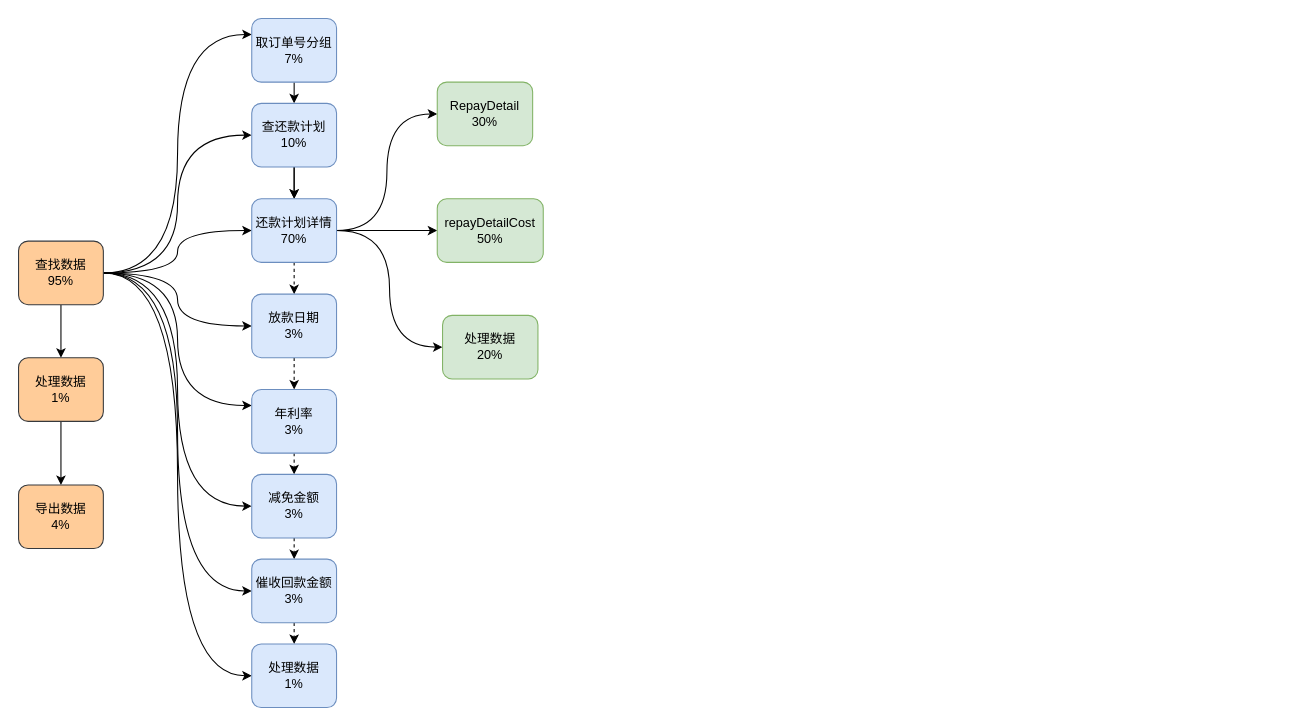
wenbochang888/draw keeps this draw.io diagram as 导出代码优化.drawio. Above is the earlier version. Source tidied: cells renumbered, new cells numbered last; positions are measured from the earlier drawing's top-left corner, leaving out a move shared by most shapes. Both pictures are drawn from the tidied source at 106%, with x=0, y=0 at pixel (18, 18).
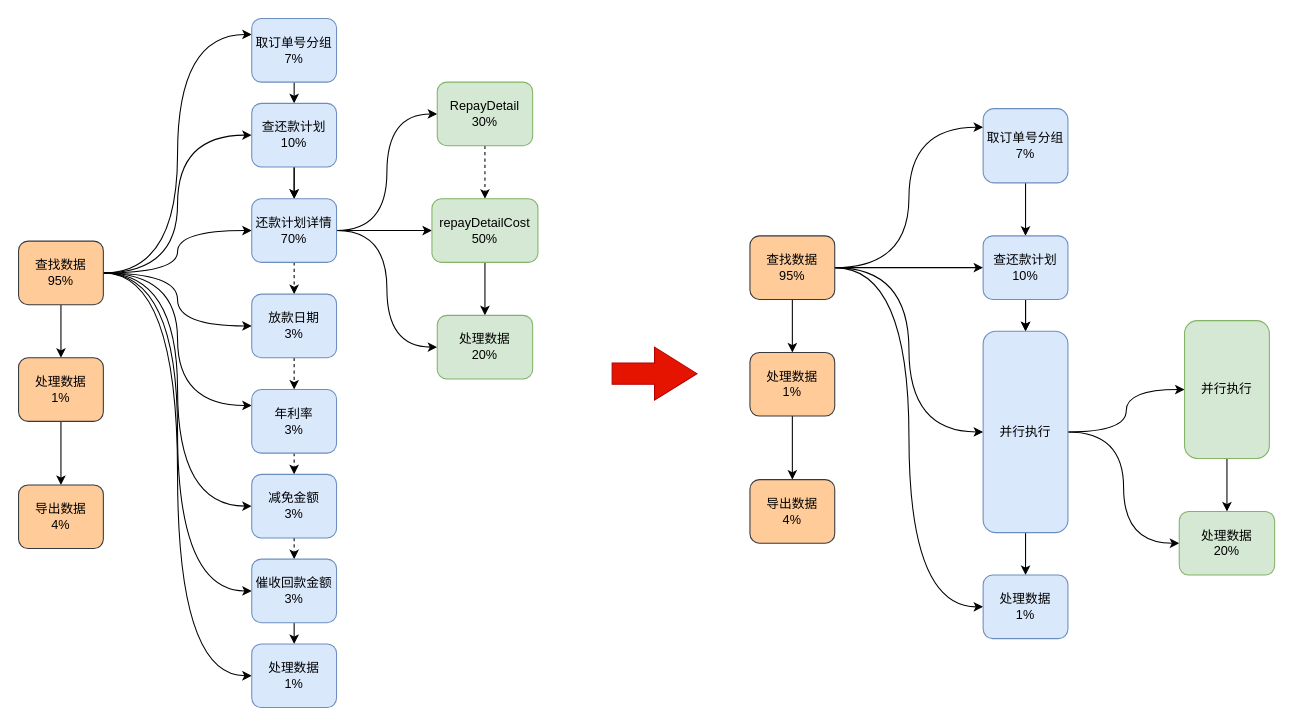
The same diagram, later.

Commit message (it also covers changes not shown here):
更新导出代码优化.drawio

The change refers to these unchanged cells:
```xml
<mxCell id="32" value="催收回款金额&lt;br&gt;3%" style="rounded=1;whiteSpace=wrap;html=1;shadow=0;glass=0;fillColor=#dae8fc;strokeColor=#6c8ebf;direction=east;flipH=0;flipV=1;" parent="1" vertex="1">
  <mxGeometry x="220" y="510" width="80" height="60" as="geometry" />
</mxCell>
<mxCell id="33" value="RepayDetail&lt;br&gt;30%" style="rounded=1;whiteSpace=wrap;html=1;shadow=0;glass=0;fillColor=#d5e8d4;strokeColor=#82b366;direction=east;flipH=0;flipV=1;" parent="1" vertex="1">
  <mxGeometry x="395" y="60" width="90" height="60" as="geometry" />
</mxCell>
<mxCell id="36" value="处理数据&lt;br&gt;1%" style="rounded=1;whiteSpace=wrap;html=1;shadow=0;glass=0;fillColor=#dae8fc;strokeColor=#6c8ebf;direction=east;flipH=0;flipV=1;" parent="1" vertex="1">
  <mxGeometry x="220" y="590" width="80" height="60" as="geometry" />
</mxCell>
```

The edit, as a diff of the source:
```diff
@@
-    <mxCell id="31" style="edgeStyle=orthogonalEdgeStyle;rounded=0;jettySize=auto;html=1;exitX=0.5;exitY=1;exitDx=0;exitDy=0;entryX=0.5;entryY=0;entryDx=0;entryDy=0;dashed=1;" parent="1" edge="1" source="32" target="36">
+    <mxCell id="31" style="edgeStyle=orthogonalEdgeStyle;rounded=0;jettySize=auto;html=1;exitX=0.5;exitY=1;exitDx=0;exitDy=0;entryX=0.5;entryY=0;entryDx=0;entryDy=0;" parent="1" edge="1" source="32" target="36">
       <mxGeometry relative="1" as="geometry" />
     </mxCell>
@@
+    <mxCell id="37" style="edgeStyle=orthogonalEdgeStyle;rounded=0;jettySize=auto;html=1;exitX=0.5;exitY=1;exitDx=0;exitDy=0;entryX=0.5;entryY=0;entryDx=0;entryDy=0;dashed=1;" parent="1" edge="1" source="33" target="34">
+      <mxGeometry relative="1" as="geometry" />
+    </mxCell>
@@
+    <mxCell id="38" style="edgeStyle=orthogonalEdgeStyle;rounded=0;jettySize=auto;html=1;exitX=0.5;exitY=1;exitDx=0;exitDy=0;entryX=0.5;entryY=0;entryDx=0;entryDy=0;" parent="1" edge="1" source="34" target="35">
+      <mxGeometry relative="1" as="geometry" />
+    </mxCell>
     <mxCell id="34" value="repayDetailCost&lt;br&gt;50%" style="rounded=1;whiteSpace=wrap;html=1;shadow=0;glass=0;fillColor=#d5e8d4;strokeColor=#82b366;direction=east;flipH=0;flipV=1;" parent="1" vertex="1">
-      <mxGeometry x="395" y="170" width="100" height="60" as="geometry" />
+      <mxGeometry x="390" y="170" width="100" height="60" as="geometry" />
     </mxCell>
     <mxCell id="35" value="&lt;font style=&quot;font-size: 12px;&quot;&gt;处理数据&lt;br&gt;20%&lt;br&gt;&lt;/font&gt;" style="rounded=1;whiteSpace=wrap;html=1;shadow=0;glass=0;fillColor=#d5e8d4;strokeColor=#82b366;direction=east;flipH=0;flipV=1;" parent="1" vertex="1">
-      <mxGeometry x="400" y="280" width="90" height="60" as="geometry" />
+      <mxGeometry x="395" y="280" width="90" height="60" as="geometry" />
     </mxCell>
@@
+    <mxCell id="39" style="html=1;shadow=0;dashed=0;align=center;verticalAlign=middle;shape=mxgraph.arrows2.arrow;dy=0.6;dx=40;notch=0;fillColor=#e51400;fontColor=#ffffff;strokeColor=#B20000;" parent="1" vertex="1">
+      <mxGeometry x="560" y="310" width="80" height="50" as="geometry" />
+    </mxCell>
+    <mxCell id="40" style="edgeStyle=orthogonalEdgeStyle;rounded=0;jettySize=auto;html=1;exitX=0.5;exitY=1;exitDx=0;exitDy=0;entryX=0.5;entryY=0;entryDx=0;entryDy=0;" parent="1" edge="1" source="45" target="47">
+      <mxGeometry relative="1" as="geometry" />
+    </mxCell>
+    <mxCell id="41" style="edgeStyle=orthogonalEdgeStyle;jettySize=auto;html=1;exitX=1;exitY=0.5;exitDx=0;exitDy=0;entryX=0;entryY=0.25;entryDx=0;entryDy=0;curved=1;" parent="1" edge="1" source="45" target="50">
+      <mxGeometry relative="1" as="geometry" />
+    </mxCell>
+    <mxCell id="42" style="edgeStyle=orthogonalEdgeStyle;jettySize=auto;html=1;exitX=1;exitY=0.5;exitDx=0;exitDy=0;entryX=0;entryY=0.5;entryDx=0;entryDy=0;curved=1;" parent="1" edge="1" source="45" target="53">
+      <mxGeometry relative="1" as="geometry" />
+    </mxCell>
+    <mxCell id="43" style="edgeStyle=orthogonalEdgeStyle;jettySize=auto;html=1;exitX=1;exitY=0.5;exitDx=0;exitDy=0;entryX=0;entryY=0.5;entryDx=0;entryDy=0;curved=1;" parent="1" edge="1" source="45" target="57">
+      <mxGeometry relative="1" as="geometry" />
+    </mxCell>
+    <mxCell id="44" style="edgeStyle=orthogonalEdgeStyle;jettySize=auto;html=1;exitX=1;exitY=0.5;exitDx=0;exitDy=0;entryX=0;entryY=0.5;entryDx=0;entryDy=0;curved=1;" parent="1" edge="1" source="45" target="61">
+      <mxGeometry relative="1" as="geometry" />
+    </mxCell>
+    <mxCell id="45" value="&lt;font style=&quot;font-size: 12px;&quot;&gt;查找数据&lt;br&gt;95%&lt;/font&gt;" style="rounded=1;whiteSpace=wrap;html=1;shadow=0;glass=0;fillColor=#ffcc99;strokeColor=#36393d;direction=east;flipH=0;flipV=1;" parent="1" vertex="1">
+      <mxGeometry x="690" y="205" width="80" height="60" as="geometry" />
+    </mxCell>
+    <mxCell id="46" style="edgeStyle=orthogonalEdgeStyle;rounded=0;jettySize=auto;html=1;exitX=0.5;exitY=1;exitDx=0;exitDy=0;" parent="1" edge="1" source="47" target="48">
+      <mxGeometry relative="1" as="geometry" />
+    </mxCell>
+    <mxCell id="47" value="&lt;font style=&quot;font-size: 12px;&quot;&gt;处理数据&lt;br&gt;1%&lt;/font&gt;" style="rounded=1;whiteSpace=wrap;html=1;shadow=0;glass=0;fillColor=#ffcc99;strokeColor=#36393d;direction=east;flipH=0;flipV=1;" parent="1" vertex="1">
+      <mxGeometry x="690" y="315" width="80" height="60" as="geometry" />
+    </mxCell>
+    <mxCell id="48" value="&lt;font style=&quot;font-size: 12px;&quot;&gt;导出数据&lt;br&gt;4%&lt;/font&gt;" style="rounded=1;whiteSpace=wrap;html=1;shadow=0;glass=0;fillColor=#ffcc99;strokeColor=#36393d;direction=east;flipH=0;flipV=1;" parent="1" vertex="1">
+      <mxGeometry x="690" y="435" width="80" height="60" as="geometry" />
+    </mxCell>
+    <mxCell id="49" style="edgeStyle=orthogonalEdgeStyle;rounded=0;jettySize=auto;html=1;exitX=0.5;exitY=1;exitDx=0;exitDy=0;entryX=0.5;entryY=0;entryDx=0;entryDy=0;" parent="1" edge="1" source="50" target="53">
+      <mxGeometry relative="1" as="geometry" />
+    </mxCell>
+    <mxCell id="50" value="取订单号分组&lt;br&gt;7%" style="rounded=1;whiteSpace=wrap;html=1;shadow=0;glass=0;fillColor=#dae8fc;strokeColor=#6c8ebf;direction=east;flipH=0;flipV=1;" parent="1" vertex="1">
+      <mxGeometry x="910" y="85" width="80" height="70" as="geometry" />
+    </mxCell>
+    <mxCell id="51" style="edgeStyle=orthogonalEdgeStyle;rounded=0;jettySize=auto;html=1;exitX=0.5;exitY=1;exitDx=0;exitDy=0;entryX=0.5;entryY=0;entryDx=0;entryDy=0;" parent="1" edge="1" source="53" target="57">
+      <mxGeometry relative="1" as="geometry" />
+    </mxCell>
+    <mxCell id="52" style="edgeStyle=orthogonalEdgeStyle;rounded=0;jettySize=auto;html=1;" parent="1" edge="1" source="53" target="57">
+      <mxGeometry relative="1" as="geometry" />
+    </mxCell>
+    <mxCell id="53" value="查还款计划&lt;br&gt;10%" style="rounded=1;whiteSpace=wrap;html=1;shadow=0;glass=0;fillColor=#dae8fc;strokeColor=#6c8ebf;direction=east;flipH=0;flipV=1;" parent="1" vertex="1">
+      <mxGeometry x="910" y="205" width="80" height="60" as="geometry" />
+    </mxCell>
+    <mxCell id="54" style="edgeStyle=orthogonalEdgeStyle;jettySize=auto;html=1;exitX=1;exitY=0.5;exitDx=0;exitDy=0;entryX=0;entryY=0.5;entryDx=0;entryDy=0;curved=1;" parent="1" edge="1" source="57" target="59">
+      <mxGeometry relative="1" as="geometry" />
+    </mxCell>
+    <mxCell id="55" style="edgeStyle=orthogonalEdgeStyle;jettySize=auto;html=1;exitX=1;exitY=0.5;exitDx=0;exitDy=0;entryX=0;entryY=0.5;entryDx=0;entryDy=0;curved=1;" parent="1" edge="1" source="57" target="60">
+      <mxGeometry relative="1" as="geometry" />
+    </mxCell>
+    <mxCell id="56" style="edgeStyle=orthogonalEdgeStyle;rounded=0;jettySize=auto;html=1;exitX=0.5;exitY=1;exitDx=0;exitDy=0;entryX=0.5;entryY=0;entryDx=0;entryDy=0;" parent="1" edge="1" source="57" target="61">
+      <mxGeometry relative="1" as="geometry" />
+    </mxCell>
+    <mxCell id="57" value="并行执行" style="rounded=1;whiteSpace=wrap;html=1;shadow=0;glass=0;fillColor=#dae8fc;strokeColor=#6c8ebf;direction=east;flipH=0;flipV=1;" parent="1" vertex="1">
+      <mxGeometry x="910" y="295" width="80" height="190" as="geometry" />
+    </mxCell>
+    <mxCell id="58" style="edgeStyle=orthogonalEdgeStyle;rounded=0;jettySize=auto;html=1;exitX=0.5;exitY=1;exitDx=0;exitDy=0;entryX=0.5;entryY=0;entryDx=0;entryDy=0;" parent="1" edge="1" source="59" target="60">
+      <mxGeometry relative="1" as="geometry" />
+    </mxCell>
+    <mxCell id="59" value="并行执行" style="rounded=1;whiteSpace=wrap;html=1;shadow=0;glass=0;fillColor=#d5e8d4;strokeColor=#82b366;direction=east;flipH=0;flipV=1;" parent="1" vertex="1">
+      <mxGeometry x="1100" y="285" width="80" height="130" as="geometry" />
+    </mxCell>
+    <mxCell id="60" value="&lt;font style=&quot;font-size: 12px;&quot;&gt;处理数据&lt;br&gt;20%&lt;br&gt;&lt;/font&gt;" style="rounded=1;whiteSpace=wrap;html=1;shadow=0;glass=0;fillColor=#d5e8d4;strokeColor=#82b366;direction=east;flipH=0;flipV=1;" parent="1" vertex="1">
+      <mxGeometry x="1095" y="465" width="90" height="60" as="geometry" />
+    </mxCell>
+    <mxCell id="61" value="处理数据&lt;br&gt;1%" style="rounded=1;whiteSpace=wrap;html=1;shadow=0;glass=0;fillColor=#dae8fc;strokeColor=#6c8ebf;direction=east;flipH=0;flipV=1;" parent="1" vertex="1">
+      <mxGeometry x="910" y="525" width="80" height="60" as="geometry" />
+    </mxCell>
```
